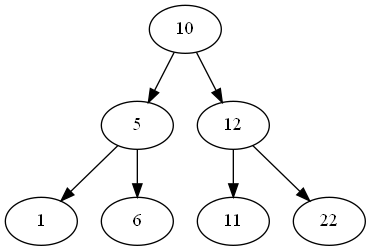
This is lab_06_04/AVL.png from xanderkov/TASD, a Graphviz export, as it was before one commit. Its source is kept beside it as lab_06_04/out/AVL.gv.
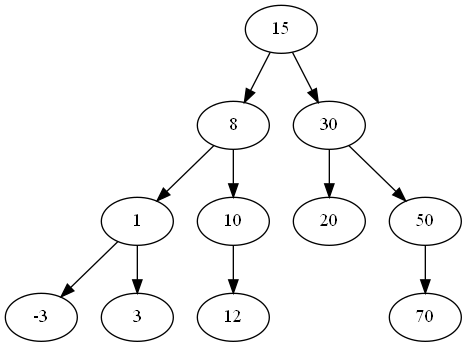
Above is the later version.

What changed in the source:
```diff
@@ -1,8 +1,12 @@
 digraph AVL {
-10 -> 5;
+15 -> 8;
+15 -> 30;
+8 -> 1;
+8 -> 10;
+1 -> -3;
+1 -> 3;
 10 -> 12;
-5 -> 1;
-5 -> 6;
-12 -> 11;
-12 -> 22;
+30 -> 20;
+30 -> 50;
+50 -> 70;
 }
```
